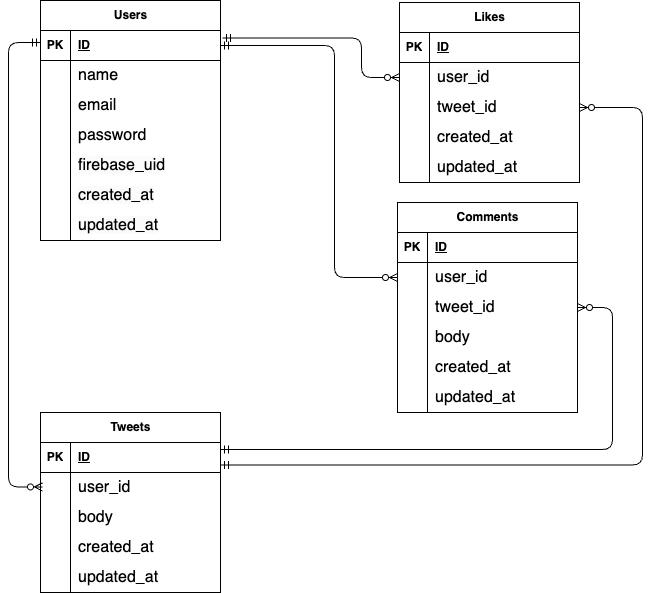
This is er.drawio.png from youhonami/pigly, a draw.io export, as it was before one commit. Source tidied: cells renumbered, new cells last; positions are measured from the earlier drawing's top-left corner, leaving out a move shared by most shapes.
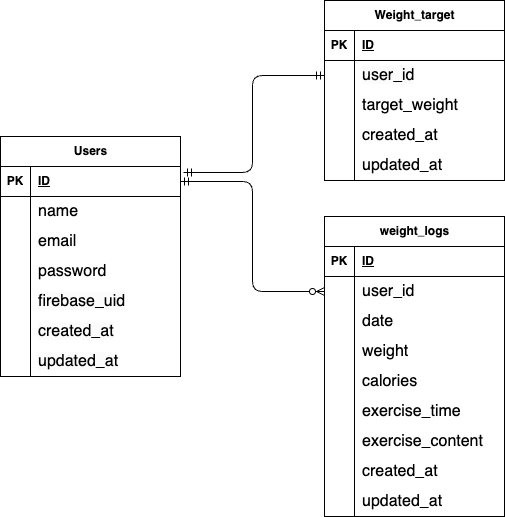
The same file after the commit.

Diff of the diagram source:
```diff
@@ -3,7 +3,7 @@
     <mxCell id="0" />
     <mxCell id="1" parent="0" />
     <mxCell id="2" value="Users" style="shape=table;startSize=30;rowLines=0;fontStyle=1;align=center;html=1;" parent="1" vertex="1">
-      <mxGeometry x="32" width="180" height="240" as="geometry" />
+      <mxGeometry x="-31" y="-16" width="180" height="240" as="geometry" />
     </mxCell>
     <mxCell id="3" style="shape=tableRow;horizontal=0;startSize=0;swimlaneHead=0;swimlaneBody=0;fillColor=none;points=[[0,0.5],[1,0.5]];portConstraint=eastwest;top=0;left=0;right=0;bottom=1;" parent="2" vertex="1">
       <mxGeometry y="30" width="180" height="30" as="geometry" />
@@ -68,56 +68,8 @@
     <mxCell id="23" value="&lt;meta charset=&quot;utf-8&quot;&gt;&lt;span style=&quot;color: rgb(0, 0, 0); font-family: Helvetica; font-size: 16px; font-style: normal; font-variant-ligatures: normal; font-variant-caps: normal; font-weight: 400; letter-spacing: normal; orphans: 2; text-align: center; text-indent: 0px; text-transform: none; widows: 2; word-spacing: 0px; -webkit-text-stroke-width: 0px; white-space: normal; background-color: rgb(251, 251, 251); text-decoration-thickness: initial; text-decoration-style: initial; text-decoration-color: initial; display: inline !important; float: none;&quot;&gt;updated_at&lt;/span&gt;" style="shape=partialRectangle;fillColor=none;top=0;left=0;bottom=0;right=0;align=left;spacingLeft=6;overflow=hidden;whiteSpace=wrap;html=1;" parent="21" vertex="1">
       <mxGeometry x="30" width="150" height="30" as="geometry" />
     </mxCell>
-    <mxCell id="24" value="Tweets" style="shape=table;startSize=30;rowLines=0;fontStyle=1;align=center;html=1;" parent="1" vertex="1">
-      <mxGeometry x="32" y="412" width="180" height="180" as="geometry" />
-    </mxCell>
-    <mxCell id="25" style="shape=tableRow;horizontal=0;startSize=0;swimlaneHead=0;swimlaneBody=0;fillColor=none;top=0;left=0;right=0;bottom=1;" parent="24" vertex="1">
-      <mxGeometry y="30" width="180" height="30" as="geometry" />
-    </mxCell>
-    <mxCell id="26" value="PK" style="shape=partialRectangle;fillColor=none;top=0;left=0;bottom=0;right=0;fontStyle=1;overflow=hidden;whiteSpace=wrap;html=1;" parent="25" vertex="1">
-      <mxGeometry width="30" height="30" as="geometry" />
-    </mxCell>
-    <mxCell id="27" value="ID" style="shape=partialRectangle;fillColor=none;top=0;left=0;bottom=0;right=0;align=left;spacingLeft=6;fontStyle=5;overflow=hidden;whiteSpace=wrap;html=1;" parent="25" vertex="1">
-      <mxGeometry x="30" width="150" height="30" as="geometry" />
-    </mxCell>
-    <mxCell id="28" style="shape=tableRow;horizontal=0;startSize=0;swimlaneHead=0;swimlaneBody=0;fillColor=none;points=[[0,0.5],[1,0.5]];portConstraint=eastwest;top=0;left=0;right=0;bottom=0;" parent="24" vertex="1">
-      <mxGeometry y="60" width="180" height="30" as="geometry" />
-    </mxCell>
-    <mxCell id="29" style="shape=partialRectangle;fillColor=none;top=0;left=0;bottom=0;right=0;overflow=hidden;whiteSpace=wrap;html=1;" parent="28" vertex="1">
-      <mxGeometry width="30" height="30" as="geometry" />
-    </mxCell>
-    <mxCell id="30" value="&lt;span style=&quot;color: rgb(0, 0, 0); font-size: 16px; text-align: center;&quot;&gt;user_id&lt;/span&gt;" style="shape=partialRectangle;fillColor=none;top=0;left=0;bottom=0;right=0;align=left;spacingLeft=6;overflow=hidden;whiteSpace=wrap;html=1;" parent="28" vertex="1">
-      <mxGeometry x="30" width="150" height="30" as="geometry" />
-    </mxCell>
-    <mxCell id="31" style="shape=tableRow;horizontal=0;startSize=0;swimlaneHead=0;swimlaneBody=0;fillColor=none;top=0;left=0;right=0;bottom=0;" parent="24" vertex="1">
-      <mxGeometry y="90" width="180" height="30" as="geometry" />
-    </mxCell>
-    <mxCell id="32" style="shape=partialRectangle;fillColor=none;top=0;left=0;bottom=0;right=0;overflow=hidden;whiteSpace=wrap;html=1;" parent="31" vertex="1">
-      <mxGeometry width="30" height="30" as="geometry" />
-    </mxCell>
-    <mxCell id="33" value="&lt;span style=&quot;color: rgb(0, 0, 0); font-size: 16px; text-align: center;&quot;&gt;body&lt;/span&gt;" style="shape=partialRectangle;fillColor=none;top=0;left=0;bottom=0;right=0;align=left;spacingLeft=6;overflow=hidden;whiteSpace=wrap;html=1;" parent="31" vertex="1">
-      <mxGeometry x="30" width="150" height="30" as="geometry" />
-    </mxCell>
-    <mxCell id="34" style="shape=tableRow;horizontal=0;startSize=0;swimlaneHead=0;swimlaneBody=0;fillColor=none;top=0;left=0;right=0;bottom=0;" parent="24" vertex="1">
-      <mxGeometry y="120" width="180" height="30" as="geometry" />
-    </mxCell>
-    <mxCell id="35" style="shape=partialRectangle;fillColor=none;top=0;left=0;bottom=0;right=0;overflow=hidden;whiteSpace=wrap;html=1;" parent="34" vertex="1">
-      <mxGeometry width="30" height="30" as="geometry" />
-    </mxCell>
-    <mxCell id="36" value="&lt;span style=&quot;color: rgb(0, 0, 0); font-size: 16px; text-align: center;&quot;&gt;created_at&lt;/span&gt;" style="shape=partialRectangle;fillColor=none;top=0;left=0;bottom=0;right=0;align=left;spacingLeft=6;overflow=hidden;whiteSpace=wrap;html=1;" parent="34" vertex="1">
-      <mxGeometry x="30" width="150" height="30" as="geometry" />
-    </mxCell>
-    <mxCell id="37" style="shape=tableRow;horizontal=0;startSize=0;swimlaneHead=0;swimlaneBody=0;fillColor=none;top=0;left=0;right=0;bottom=0;" parent="24" vertex="1">
-      <mxGeometry y="150" width="180" height="30" as="geometry" />
-    </mxCell>
-    <mxCell id="38" style="shape=partialRectangle;fillColor=none;top=0;left=0;bottom=0;right=0;overflow=hidden;whiteSpace=wrap;html=1;" parent="37" vertex="1">
-      <mxGeometry width="30" height="30" as="geometry" />
-    </mxCell>
-    <mxCell id="39" value="&lt;span style=&quot;color: rgb(0, 0, 0); font-size: 16px; text-align: center;&quot;&gt;updated_at&lt;/span&gt;" style="shape=partialRectangle;fillColor=none;top=0;left=0;bottom=0;right=0;align=left;spacingLeft=6;overflow=hidden;whiteSpace=wrap;html=1;" parent="37" vertex="1">
-      <mxGeometry x="30" width="150" height="30" as="geometry" />
-    </mxCell>
-    <mxCell id="40" value="Comments" style="shape=table;startSize=30;rowLines=0;fontStyle=1;align=center;html=1;" parent="1" vertex="1">
-      <mxGeometry x="389" y="202" width="180" height="210" as="geometry" />
+    <mxCell id="40" value="weight_logs" style="shape=table;startSize=30;rowLines=0;fontStyle=1;align=center;html=1;" parent="1" vertex="1">
+      <mxGeometry x="293" y="64" width="180" height="300" as="geometry" />
     </mxCell>
     <mxCell id="41" style="shape=tableRow;horizontal=0;startSize=0;swimlaneHead=0;swimlaneBody=0;fillColor=none;top=0;left=0;right=0;bottom=1;" parent="40" vertex="1">
       <mxGeometry y="30" width="180" height="30" as="geometry" />
@@ -143,7 +95,7 @@
     <mxCell id="48" style="shape=partialRectangle;fillColor=none;top=0;left=0;bottom=0;right=0;overflow=hidden;whiteSpace=wrap;html=1;" parent="47" vertex="1">
       <mxGeometry width="30" height="30" as="geometry" />
     </mxCell>
-    <mxCell id="49" value="&lt;span style=&quot;color: rgb(0, 0, 0); font-size: 16px; text-align: center;&quot;&gt;tweet_id&lt;/span&gt;" style="shape=partialRectangle;fillColor=none;top=0;left=0;bottom=0;right=0;align=left;spacingLeft=6;overflow=hidden;whiteSpace=wrap;html=1;" parent="47" vertex="1">
+    <mxCell id="49" value="&lt;div style=&quot;text-align: center;&quot;&gt;&lt;span style=&quot;background-color: transparent; font-size: 16px;&quot;&gt;date&lt;/span&gt;&lt;/div&gt;" style="shape=partialRectangle;fillColor=none;top=0;left=0;bottom=0;right=0;align=left;spacingLeft=6;overflow=hidden;whiteSpace=wrap;html=1;" parent="47" vertex="1">
       <mxGeometry x="30" width="150" height="30" as="geometry" />
     </mxCell>
     <mxCell id="50" style="shape=tableRow;horizontal=0;startSize=0;swimlaneHead=0;swimlaneBody=0;fillColor=none;top=0;left=0;right=0;bottom=0;" parent="40" vertex="1">
@@ -152,11 +104,38 @@
     <mxCell id="51" style="shape=partialRectangle;fillColor=none;top=0;left=0;bottom=0;right=0;overflow=hidden;whiteSpace=wrap;html=1;" parent="50" vertex="1">
       <mxGeometry width="30" height="30" as="geometry" />
     </mxCell>
-    <mxCell id="52" value="&lt;span style=&quot;color: rgb(0, 0, 0); font-size: 16px; text-align: center;&quot;&gt;body&lt;/span&gt;" style="shape=partialRectangle;fillColor=none;top=0;left=0;bottom=0;right=0;align=left;spacingLeft=6;overflow=hidden;whiteSpace=wrap;html=1;" parent="50" vertex="1">
+    <mxCell id="52" value="&lt;div style=&quot;text-align: center;&quot;&gt;&lt;span style=&quot;background-color: transparent; font-size: 16px;&quot;&gt;weight&lt;/span&gt;&lt;/div&gt;" style="shape=partialRectangle;fillColor=none;top=0;left=0;bottom=0;right=0;align=left;spacingLeft=6;overflow=hidden;whiteSpace=wrap;html=1;" parent="50" vertex="1">
       <mxGeometry x="30" width="150" height="30" as="geometry" />
     </mxCell>
+    <mxCell id="37" style="shape=tableRow;horizontal=0;startSize=0;swimlaneHead=0;swimlaneBody=0;fillColor=none;top=0;left=0;right=0;bottom=0;" parent="40" vertex="1">
+      <mxGeometry y="150" width="180" height="30" as="geometry" />
+    </mxCell>
+    <mxCell id="80" style="shape=partialRectangle;fillColor=none;top=0;left=0;bottom=0;right=0;overflow=hidden;whiteSpace=wrap;html=1;" parent="37" vertex="1">
+      <mxGeometry width="30" height="30" as="geometry" />
+    </mxCell>
+    <mxCell id="81" value="&lt;font style=&quot;font-size: 16px;&quot;&gt;calories&lt;/font&gt;" style="shape=partialRectangle;fillColor=none;top=0;left=0;bottom=0;right=0;align=left;spacingLeft=6;overflow=hidden;whiteSpace=wrap;html=1;" parent="37" vertex="1">
+      <mxGeometry x="30" width="150" height="30" as="geometry" />
+    </mxCell>
+    <mxCell id="82" style="shape=tableRow;horizontal=0;startSize=0;swimlaneHead=0;swimlaneBody=0;fillColor=none;top=0;left=0;right=0;bottom=0;" parent="40" vertex="1">
+      <mxGeometry y="180" width="180" height="30" as="geometry" />
+    </mxCell>
+    <mxCell id="83" style="shape=partialRectangle;fillColor=none;top=0;left=0;bottom=0;right=0;overflow=hidden;whiteSpace=wrap;html=1;" parent="82" vertex="1">
+      <mxGeometry width="30" height="30" as="geometry" />
+    </mxCell>
+    <mxCell id="84" value="&lt;font style=&quot;font-size: 16px;&quot;&gt;exercise_time&lt;/font&gt;" style="shape=partialRectangle;fillColor=none;top=0;left=0;bottom=0;right=0;align=left;spacingLeft=6;overflow=hidden;whiteSpace=wrap;html=1;" parent="82" vertex="1">
+      <mxGeometry x="30" width="150" height="30" as="geometry" />
+    </mxCell>
+    <mxCell id="85" style="shape=tableRow;horizontal=0;startSize=0;swimlaneHead=0;swimlaneBody=0;fillColor=none;top=0;left=0;right=0;bottom=0;" parent="40" vertex="1">
+      <mxGeometry y="210" width="180" height="30" as="geometry" />
+    </mxCell>
+    <mxCell id="86" style="shape=partialRectangle;fillColor=none;top=0;left=0;bottom=0;right=0;overflow=hidden;whiteSpace=wrap;html=1;" parent="85" vertex="1">
+      <mxGeometry width="30" height="30" as="geometry" />
+    </mxCell>
+    <mxCell id="87" value="&lt;font style=&quot;font-size: 16px;&quot;&gt;exercise_content&lt;/font&gt;" style="shape=partialRectangle;fillColor=none;top=0;left=0;bottom=0;right=0;align=left;spacingLeft=6;overflow=hidden;whiteSpace=wrap;html=1;" parent="85" vertex="1">
+      <mxGeometry x="30" width="150" height="30" as="geometry" />
+    </mxCell>
     <mxCell id="53" style="shape=tableRow;horizontal=0;startSize=0;swimlaneHead=0;swimlaneBody=0;fillColor=none;top=0;left=0;right=0;bottom=0;" parent="40" vertex="1">
-      <mxGeometry y="150" width="180" height="30" as="geometry" />
+      <mxGeometry y="240" width="180" height="30" as="geometry" />
     </mxCell>
     <mxCell id="54" style="shape=partialRectangle;fillColor=none;top=0;left=0;bottom=0;right=0;overflow=hidden;whiteSpace=wrap;html=1;" parent="53" vertex="1">
       <mxGeometry width="30" height="30" as="geometry" />
@@ -165,7 +144,7 @@
       <mxGeometry x="30" width="150" height="30" as="geometry" />
     </mxCell>
     <mxCell id="56" style="shape=tableRow;horizontal=0;startSize=0;swimlaneHead=0;swimlaneBody=0;fillColor=none;top=0;left=0;right=0;bottom=0;" parent="40" vertex="1">
-      <mxGeometry y="180" width="180" height="30" as="geometry" />
+      <mxGeometry y="270" width="180" height="30" as="geometry" />
     </mxCell>
     <mxCell id="57" style="shape=partialRectangle;fillColor=none;top=0;left=0;bottom=0;right=0;overflow=hidden;whiteSpace=wrap;html=1;" parent="56" vertex="1">
       <mxGeometry width="30" height="30" as="geometry" />
@@ -173,8 +152,8 @@
     <mxCell id="58" value="&lt;span style=&quot;color: rgb(0, 0, 0); font-size: 16px; text-align: center;&quot;&gt;updated_at&lt;/span&gt;" style="shape=partialRectangle;fillColor=none;top=0;left=0;bottom=0;right=0;align=left;spacingLeft=6;overflow=hidden;whiteSpace=wrap;html=1;" parent="56" vertex="1">
       <mxGeometry x="30" width="150" height="30" as="geometry" />
     </mxCell>
-    <mxCell id="59" value="Likes" style="shape=table;startSize=30;rowLines=0;fontStyle=1;align=center;html=1;" parent="1" vertex="1">
-      <mxGeometry x="391" y="2" width="180" height="180" as="geometry" />
+    <mxCell id="59" value="Weight_target" style="shape=table;startSize=30;rowLines=0;fontStyle=1;align=center;html=1;" parent="1" vertex="1">
+      <mxGeometry x="293" y="-152" width="180" height="180" as="geometry" />
     </mxCell>
     <mxCell id="60" style="shape=tableRow;horizontal=0;startSize=0;swimlaneHead=0;swimlaneBody=0;fillColor=none;top=0;left=0;right=0;bottom=1;" parent="59" vertex="1">
       <mxGeometry y="30" width="180" height="30" as="geometry" />
@@ -200,7 +179,7 @@
     <mxCell id="67" style="shape=partialRectangle;fillColor=none;top=0;left=0;bottom=0;right=0;overflow=hidden;whiteSpace=wrap;html=1;" parent="66" vertex="1">
       <mxGeometry width="30" height="30" as="geometry" />
     </mxCell>
-    <mxCell id="68" value="&lt;span style=&quot;color: rgb(0, 0, 0); font-size: 16px; text-align: center;&quot;&gt;tweet_id&lt;/span&gt;" style="shape=partialRectangle;fillColor=none;top=0;left=0;bottom=0;right=0;align=left;spacingLeft=6;overflow=hidden;whiteSpace=wrap;html=1;" parent="66" vertex="1">
+    <mxCell id="68" value="&lt;div style=&quot;text-align: center;&quot;&gt;&lt;span style=&quot;background-color: transparent; font-size: 16px;&quot;&gt;target_weight&lt;/span&gt;&lt;/div&gt;" style="shape=partialRectangle;fillColor=none;top=0;left=0;bottom=0;right=0;align=left;spacingLeft=6;overflow=hidden;whiteSpace=wrap;html=1;" parent="66" vertex="1">
       <mxGeometry x="30" width="150" height="30" as="geometry" />
     </mxCell>
     <mxCell id="69" style="shape=tableRow;horizontal=0;startSize=0;swimlaneHead=0;swimlaneBody=0;fillColor=none;top=0;left=0;right=0;bottom=0;" parent="59" vertex="1">
@@ -221,44 +200,16 @@
     <mxCell id="74" value="&lt;span style=&quot;color: rgb(0, 0, 0); font-size: 16px; text-align: center;&quot;&gt;updated_at&lt;/span&gt;" style="shape=partialRectangle;fillColor=none;top=0;left=0;bottom=0;right=0;align=left;spacingLeft=6;overflow=hidden;whiteSpace=wrap;html=1;" parent="72" vertex="1">
       <mxGeometry x="30" width="150" height="30" as="geometry" />
     </mxCell>
-    <mxCell id="75" style="fontSize=12;html=1;endArrow=ERmandOne;startArrow=ERzeroToMany;rounded=1;strokeColor=default;align=center;verticalAlign=middle;fontFamily=Helvetica;fontColor=default;labelBackgroundColor=default;edgeStyle=elbowEdgeStyle;exitX=0.011;exitY=0.481;exitDx=0;exitDy=0;exitPerimeter=0;startFill=0;" parent="1" edge="1" source="28">
-      <mxGeometry relative="1" as="geometry">
-        <mxPoint x="32" y="42" as="targetPoint" />
-        <Array as="points">
-          <mxPoint y="164" />
-        </Array>
-      </mxGeometry>
-    </mxCell>
-    <mxCell id="76" style="edgeStyle=elbowEdgeStyle;fontSize=12;html=1;endArrow=ERzeroToMany;startArrow=ERmandOne;rounded=1;strokeColor=default;align=center;verticalAlign=middle;fontFamily=Helvetica;fontColor=default;labelBackgroundColor=default;entryX=0;entryY=0.5;entryDx=0;entryDy=0;exitX=1.011;exitY=0.25;exitDx=0;exitDy=0;exitPerimeter=0;endFill=0;" parent="1" edge="1" source="3" target="63">
+    <mxCell id="76" style="edgeStyle=orthogonalEdgeStyle;fontSize=12;html=1;endArrow=ERmandOne;startArrow=ERmandOne;exitX=1.017;exitY=0.2;exitDx=0;exitDy=0;exitPerimeter=0;entryX=0;entryY=0.5;entryDx=0;entryDy=0;" parent="1" edge="1" source="3" target="63">
       <mxGeometry relative="1" as="geometry">
         <Array as="points">
-          <mxPoint x="353" y="59" />
+          <mxPoint x="221" y="20" />
+          <mxPoint x="221" y="-77" />
         </Array>
       </mxGeometry>
     </mxCell>
-    <mxCell id="77" style="edgeStyle=elbowEdgeStyle;fontSize=12;html=1;endArrow=ERzeroToMany;startArrow=ERmandOne;rounded=1;strokeColor=default;align=center;verticalAlign=middle;fontFamily=Helvetica;fontColor=default;labelBackgroundColor=default;entryX=0;entryY=0.5;entryDx=0;entryDy=0;exitX=1;exitY=0.5;exitDx=0;exitDy=0;endFill=0;" parent="1" edge="1" source="3" target="44">
-      <mxGeometry relative="1" as="geometry">
-        <Array as="points">
-          <mxPoint x="326" y="158" />
-        </Array>
-      </mxGeometry>
+    <mxCell id="77" style="edgeStyle=orthogonalEdgeStyle;fontSize=12;html=1;endArrow=ERzeroToMany;startArrow=ERmandOne;exitX=1;exitY=0.5;exitDx=0;exitDy=0;entryX=0;entryY=0.5;entryDx=0;entryDy=0;" parent="1" edge="1" source="3" target="44">
+      <mxGeometry relative="1" as="geometry" />
     </mxCell>
-    <mxCell id="78" style="edgeStyle=elbowEdgeStyle;fontSize=12;html=1;endArrow=ERzeroToMany;startArrow=ERmandOne;rounded=1;strokeColor=default;align=center;verticalAlign=middle;fontFamily=Helvetica;fontColor=default;labelBackgroundColor=default;exitX=1;exitY=0.5;exitDx=0;exitDy=0;entryX=1;entryY=0.5;entryDx=0;entryDy=0;endFill=0;" parent="1" edge="1" target="66">
-      <mxGeometry relative="1" as="geometry">
-        <mxPoint x="212" y="464.5" as="sourcePoint" />
-        <Array as="points">
-          <mxPoint x="634" y="320" />
-        </Array>
-      </mxGeometry>
-    </mxCell>
-    <mxCell id="79" style="edgeStyle=orthogonalEdgeStyle;fontSize=12;html=1;endArrow=ERzeroToMany;startArrow=ERmandOne;rounded=1;strokeColor=default;align=center;verticalAlign=middle;fontFamily=Helvetica;fontColor=default;labelBackgroundColor=default;entryX=1;entryY=0.5;entryDx=0;entryDy=0;endFill=0;" parent="1" edge="1" target="47">
-      <mxGeometry relative="1" as="geometry">
-        <mxPoint x="212" y="449" as="sourcePoint" />
-        <Array as="points">
-          <mxPoint x="604" y="449" />
-          <mxPoint x="604" y="307" />
-        </Array>
-      </mxGeometry>
-    </mxCell>
   </root>
 </mxGraphModel>
```
